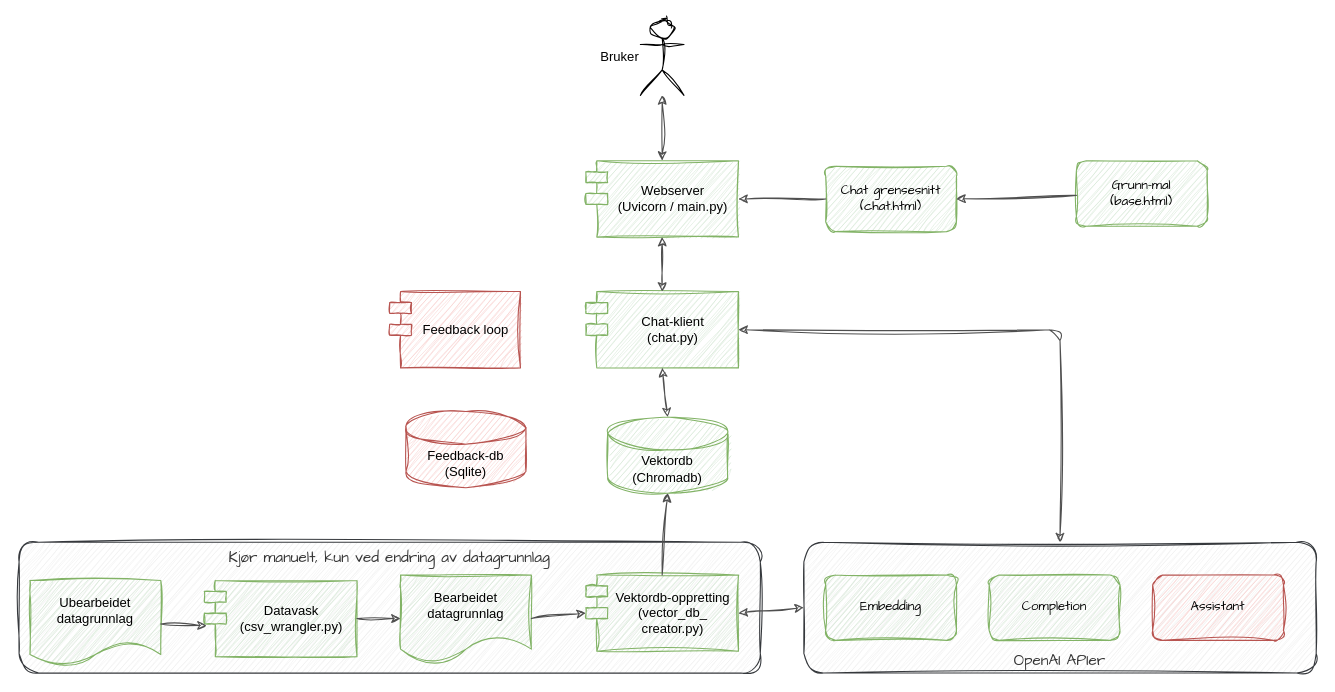
The draw.io diagram diagrams/Architecture.drawio in xivind/sandbox, before the edit. Source tidied: cells renumbered, new cells numbered last; positions are measured from the earlier drawing's top-left corner, leaving out a move shared by most shapes. Both pictures are drawn from the tidied source at 109%, with x=0, y=0 at pixel (19, 19).
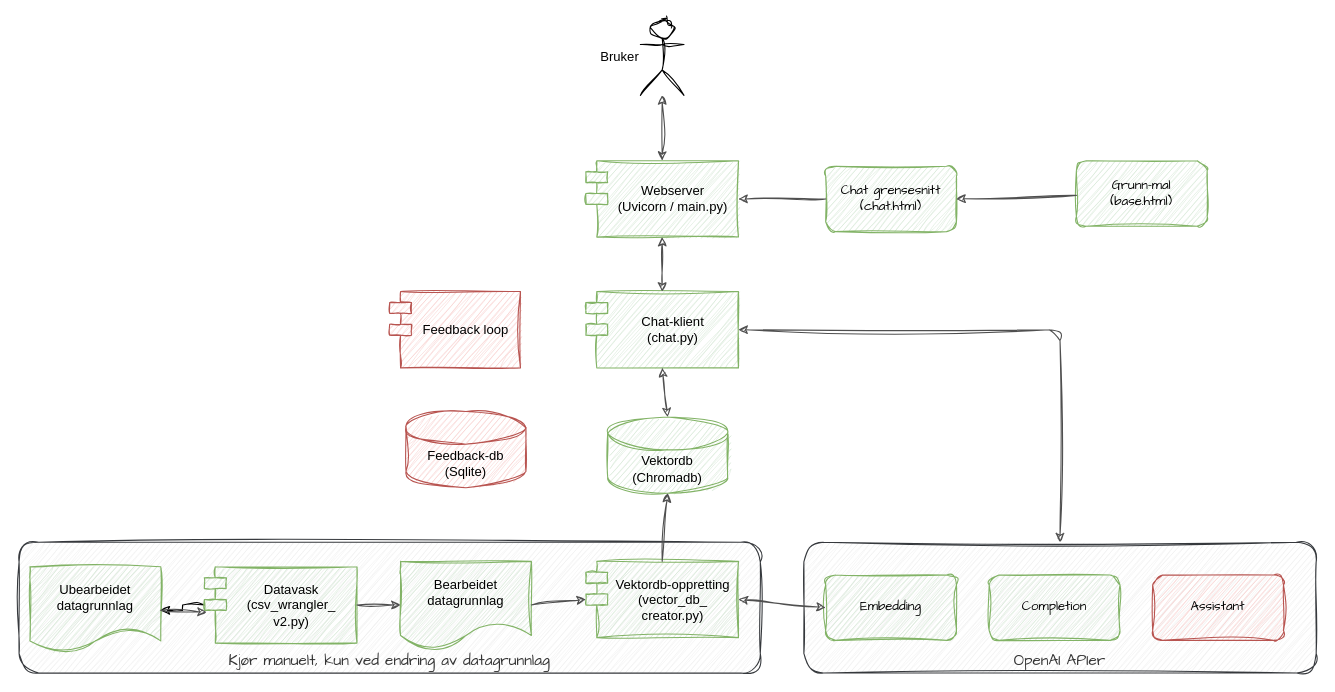
The same page after the edit.

Commit message:
Oppdatert konseptskisse

Unchanged cells that the change refers to:
```xml
<mxCell id="24" value="&lt;span style=&quot;color: rgb(51, 51, 51);&quot;&gt;&lt;font style=&quot;font-size: 14px;&quot;&gt;OpenAI APIer&lt;/font&gt;&lt;/span&gt;" style="rounded=1;whiteSpace=wrap;html=1;sketch=1;hachureGap=4;jiggle=2;curveFitting=1;fontFamily=Architects Daughter;shadow=0;fillColor=#eeeeee;strokeColor=#36393d;verticalAlign=bottom;" parent="1" vertex="1">
  <mxGeometry x="720" y="480" width="470" height="120" as="geometry" />
</mxCell>
<mxCell id="25" value="&lt;div&gt;Embedding&lt;/div&gt;" style="rounded=1;whiteSpace=wrap;html=1;sketch=1;hachureGap=4;jiggle=2;curveFitting=1;fontFamily=Architects Daughter;fillColor=#d5e8d4;strokeColor=#82b366;shadow=0;" parent="1" vertex="1">
  <mxGeometry x="740" y="510" width="120" height="60" as="geometry" />
</mxCell>
```

The edit, as a diff of the source:
```diff
@@
-    <mxCell id="2" value="&lt;span style=&quot;color: rgb(51, 51, 51);&quot;&gt;&lt;font style=&quot;font-size: 14px;&quot;&gt;Kjør manuelt, kun ved endring av datagrunnlag&lt;/font&gt;&lt;/span&gt;" style="rounded=1;whiteSpace=wrap;html=1;sketch=1;hachureGap=4;jiggle=2;curveFitting=1;fontFamily=Architects Daughter;shadow=0;fillColor=#eeeeee;strokeColor=#36393d;verticalAlign=top;" parent="1" vertex="1">
+    <mxCell id="2" value="&lt;span style=&quot;color: rgb(51, 51, 51);&quot;&gt;&lt;font style=&quot;font-size: 14px;&quot;&gt;Kjør manuelt, kun ved endring av datagrunnlag&lt;/font&gt;&lt;/span&gt;" style="rounded=1;whiteSpace=wrap;html=1;sketch=1;hachureGap=4;jiggle=2;curveFitting=1;fontFamily=Architects Daughter;shadow=0;fillColor=#eeeeee;strokeColor=#36393d;verticalAlign=bottom;" parent="1" vertex="1">
       <mxGeometry y="480" width="680" height="120" as="geometry" />
     </mxCell>
@@
     <mxCell id="7" value="Ubearbeidet datagrunnlag" style="shape=document;whiteSpace=wrap;html=1;boundedLbl=1;shadow=0;sketch=1;curveFitting=1;jiggle=2;rounded=1;fillColor=#d5e8d4;strokeColor=#82b366;" parent="1" vertex="1">
-      <mxGeometry x="10" y="515" width="120" height="80" as="geometry" />
+      <mxGeometry x="10" y="502.5" width="120" height="80" as="geometry" />
     </mxCell>
+    <mxCell id="30" style="edgeStyle=orthogonalEdgeStyle;rounded=0;sketch=1;hachureGap=4;jiggle=2;curveFitting=1;jettySize=auto;html=1;fontFamily=Architects Daughter;" parent="1" edge="1" source="8" target="7">
+      <mxGeometry relative="1" as="geometry" />
+    </mxCell>
-    <mxCell id="8" value="&lt;div&gt;Datavask&lt;/div&gt;(csv_wrangler.py)" style="shape=module;align=left;spacingLeft=20;align=center;verticalAlign=middle;whiteSpace=wrap;html=1;fillColor=#d5e8d4;strokeColor=#82b366;shadow=0;sketch=1;curveFitting=1;jiggle=2;rounded=1;" parent="1" vertex="1">
-      <mxGeometry x="170" y="515" width="140" height="70" as="geometry" />
+    <mxCell id="8" value="&lt;div&gt;Datavask&lt;/div&gt;(csv_wrangler_&lt;div&gt;v2.py)&lt;/div&gt;" style="shape=module;align=left;spacingLeft=20;align=center;verticalAlign=middle;whiteSpace=wrap;html=1;fillColor=#d5e8d4;strokeColor=#82b366;shadow=0;sketch=1;curveFitting=1;jiggle=2;rounded=1;" parent="1" vertex="1">
+      <mxGeometry x="170" y="502.5" width="140" height="70" as="geometry" />
     </mxCell>
@@
     <mxCell id="11" value="Bearbeidet datagrunnlag" style="shape=document;whiteSpace=wrap;html=1;boundedLbl=1;shadow=0;sketch=1;curveFitting=1;jiggle=2;rounded=1;fillColor=#d5e8d4;strokeColor=#82b366;" parent="1" vertex="1">
-      <mxGeometry x="350" y="510" width="120" height="80" as="geometry" />
+      <mxGeometry x="350" y="497.5" width="120" height="80" as="geometry" />
     </mxCell>
@@
     <mxCell id="13" value="&lt;div&gt;Vektordb-oppretting&lt;/div&gt;(vector_db_&lt;div&gt;creator.py)&lt;/div&gt;" style="shape=module;align=left;spacingLeft=20;align=center;verticalAlign=middle;whiteSpace=wrap;html=1;fillColor=#d5e8d4;strokeColor=#82b366;shadow=0;sketch=1;curveFitting=1;jiggle=2;rounded=1;" parent="1" vertex="1">
-      <mxGeometry x="520" y="510" width="140" height="70" as="geometry" />
+      <mxGeometry x="520" y="497.5" width="140" height="70" as="geometry" />
     </mxCell>
@@
-    <mxCell id="28" style="endArrow=classic;html=1;rounded=1;strokeColor=#4F4F4F;shadow=0;sketch=1;curveFitting=1;jiggle=2;startArrow=classic;startFill=1;exitX=1;exitY=0.5;exitDx=0;exitDy=0;entryX=0;entryY=0.5;entryDx=0;entryDy=0;" parent="1" edge="1" source="13" target="24">
+    <mxCell id="28" style="endArrow=classic;html=1;rounded=1;strokeColor=#4F4F4F;shadow=0;sketch=1;curveFitting=1;jiggle=2;startArrow=classic;startFill=1;exitX=1;exitY=0.5;exitDx=0;exitDy=0;entryX=0;entryY=0.5;entryDx=0;entryDy=0;" parent="1" edge="1" source="13" target="25">
       <mxGeometry relative="1" as="geometry" />
     </mxCell>
```
